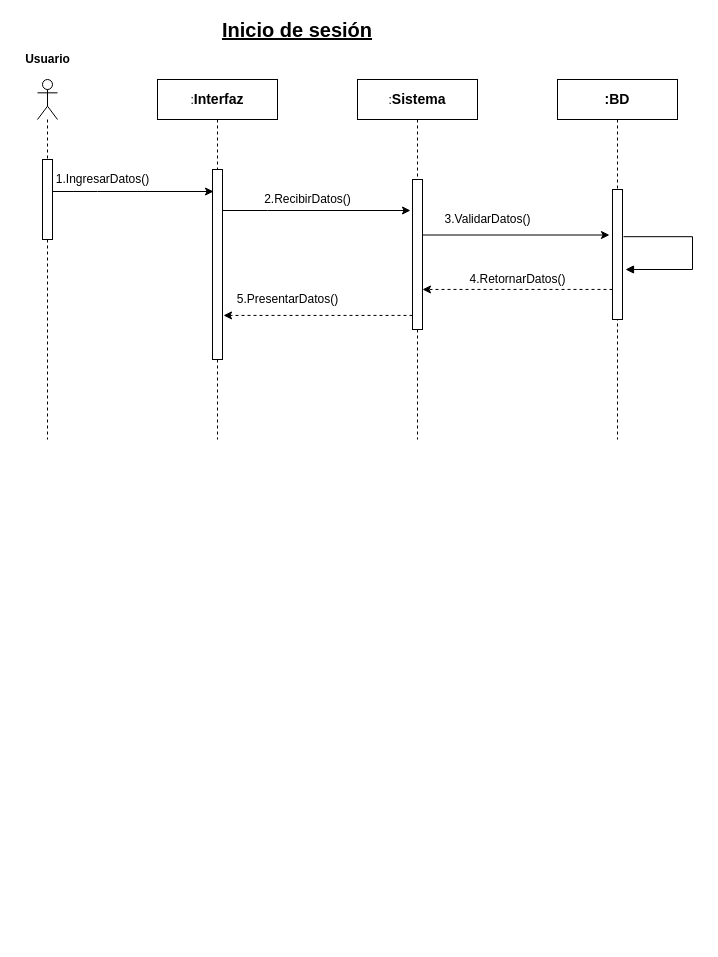
This is Unidad_2/C1.4_UML_Secuencia.drawio from GustavoValadez/An-lisis-Avanzado-Software, a draw.io file, before an edit. Source tidied: cells renumbered, new cells numbered last; positions are measured from the earlier drawing's top-left corner, leaving out a move shared by most shapes. Both pictures are drawn from the tidied source at 100%, with x=0, y=0 at pixel (17, 19).
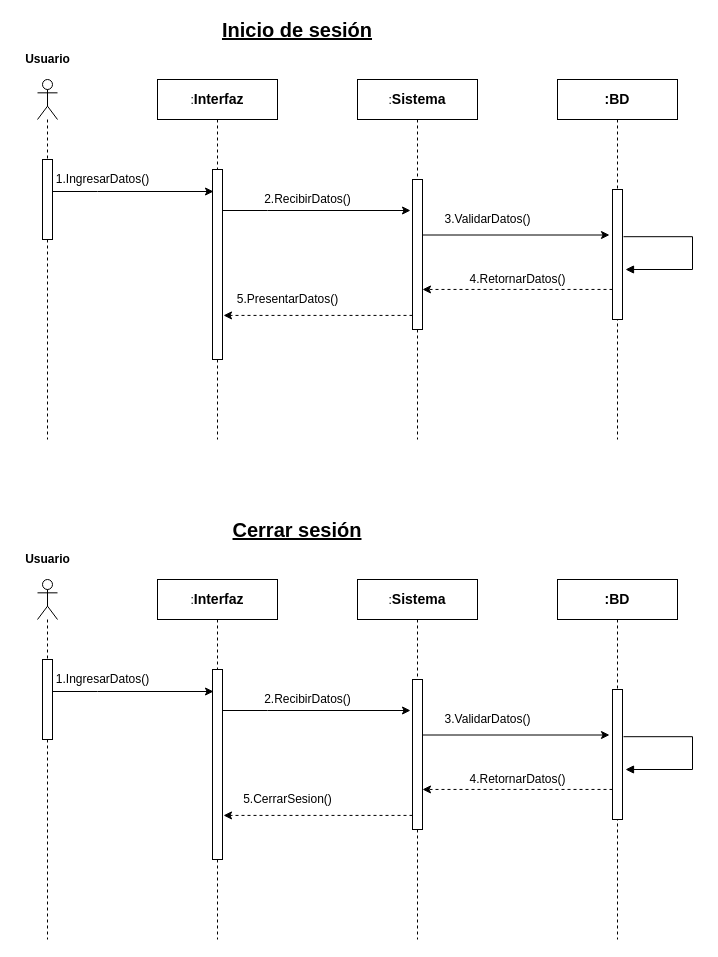
The same diagram, later.

What changed in the source:
```diff
@@
+    <mxCell id="23" value="&lt;b&gt;&lt;font style=&quot;font-size: 20px&quot;&gt;&lt;u&gt;Cerrar sesión&lt;/u&gt;&lt;/font&gt;&lt;/b&gt;" style="text;html=1;strokeColor=none;fillColor=none;align=center;verticalAlign=middle;whiteSpace=wrap;rounded=0;" parent="1" vertex="1">
+      <mxGeometry x="180" y="500" width="200" height="20" as="geometry" />
+    </mxCell>
+    <mxCell id="24" style="shape=umlLifeline;participant=umlActor;perimeter=lifelinePerimeter;whiteSpace=wrap;html=1;verticalAlign=top;spacingTop=36;" parent="1" vertex="1">
+      <mxGeometry x="20" y="560" width="20" height="360" as="geometry" />
+    </mxCell>
+    <mxCell id="25" style="html=1;points=[];perimeter=orthogonalPerimeter;" parent="24" vertex="1">
+      <mxGeometry x="5" y="80" width="10" height="80" as="geometry" />
+    </mxCell>
+    <mxCell id="26" value=":&lt;b&gt;&lt;font style=&quot;font-size: 14px&quot;&gt;Interfaz&lt;/font&gt;&lt;/b&gt;" style="shape=umlLifeline;perimeter=lifelinePerimeter;whiteSpace=wrap;html=1;" parent="1" vertex="1">
+      <mxGeometry x="140" y="560" width="120" height="360" as="geometry" />
+    </mxCell>
+    <mxCell id="27" style="html=1;points=[];perimeter=orthogonalPerimeter;" parent="26" vertex="1">
+      <mxGeometry x="55" y="90" width="10" height="190" as="geometry" />
+    </mxCell>
+    <mxCell id="28" value="&lt;b&gt;&lt;font style=&quot;font-size: 14px&quot;&gt;:BD&lt;/font&gt;&lt;/b&gt;" style="shape=umlLifeline;perimeter=lifelinePerimeter;whiteSpace=wrap;html=1;" parent="1" vertex="1">
+      <mxGeometry x="540" y="560" width="120" height="360" as="geometry" />
+    </mxCell>
+    <mxCell id="29" style="html=1;points=[];perimeter=orthogonalPerimeter;" parent="28" vertex="1">
+      <mxGeometry x="55" y="110" width="10" height="130" as="geometry" />
+    </mxCell>
+    <mxCell id="30" style="edgeStyle=orthogonalEdgeStyle;html=1;align=left;spacingLeft=2;endArrow=block;rounded=0;exitX=1.1;exitY=0.363;exitDx=0;exitDy=0;exitPerimeter=0;" parent="28" edge="1" source="29">
+      <mxGeometry relative="1" as="geometry">
+        <mxPoint x="68" y="190" as="targetPoint" />
+        <Array as="points">
+          <mxPoint x="135" y="157" />
+          <mxPoint x="135" y="190" />
+          <mxPoint x="68" y="190" />
+        </Array>
+      </mxGeometry>
+    </mxCell>
+    <mxCell id="31" value=":&lt;font style=&quot;font-size: 14px&quot;&gt;&lt;b&gt;Sistema&lt;/b&gt;&lt;/font&gt;" style="shape=umlLifeline;perimeter=lifelinePerimeter;whiteSpace=wrap;html=1;" parent="1" vertex="1">
+      <mxGeometry x="340" y="560" width="120" height="360" as="geometry" />
+    </mxCell>
+    <mxCell id="32" style="html=1;points=[];perimeter=orthogonalPerimeter;" parent="31" vertex="1">
+      <mxGeometry x="55" y="100" width="10" height="150" as="geometry" />
+    </mxCell>
+    <mxCell id="33" value="1.IngresarDatos()" style="text;html=1;align=center;verticalAlign=middle;" parent="1" vertex="1">
+      <mxGeometry x="30" y="650" width="110" height="20" as="geometry" />
+    </mxCell>
+    <mxCell id="34" style="edgeStyle=orthogonalEdgeStyle;rounded=0;jettySize=auto;html=1;" parent="1" edge="1" source="25">
+      <mxGeometry relative="1" as="geometry">
+        <mxPoint x="196" y="672" as="targetPoint" />
+        <Array as="points">
+          <mxPoint x="80" y="672" />
+          <mxPoint x="80" y="672" />
+        </Array>
+      </mxGeometry>
+    </mxCell>
+    <mxCell id="35" style="edgeStyle=orthogonalEdgeStyle;rounded=0;jettySize=auto;html=1;" parent="1" edge="1" source="27">
+      <mxGeometry relative="1" as="geometry">
+        <mxPoint x="393" y="691" as="targetPoint" />
+        <Array as="points">
+          <mxPoint x="250" y="691" />
+          <mxPoint x="250" y="691" />
+        </Array>
+      </mxGeometry>
+    </mxCell>
+    <mxCell id="36" value="2.RecibirDatos()" style="text;html=1;align=center;verticalAlign=middle;" parent="1" vertex="1">
+      <mxGeometry x="240" y="670" width="100" height="20" as="geometry" />
+    </mxCell>
+    <mxCell id="37" style="rounded=0;jettySize=auto;html=1;entryX=-0.3;entryY=0.35;entryDx=0;entryDy=0;entryPerimeter=0;" parent="1" edge="1" source="32" target="29">
+      <mxGeometry relative="1" as="geometry" />
+    </mxCell>
+    <mxCell id="38" value="3.ValidarDatos()" style="text;html=1;align=center;verticalAlign=middle;" parent="1" vertex="1">
+      <mxGeometry x="420" y="690" width="100" height="20" as="geometry" />
+    </mxCell>
+    <mxCell id="39" style="edgeStyle=none;rounded=0;jettySize=auto;html=1;entryX=1;entryY=0.733;entryDx=0;entryDy=0;entryPerimeter=0;dashed=1;" parent="1" edge="1" source="29" target="32">
+      <mxGeometry relative="1" as="geometry" />
+    </mxCell>
+    <mxCell id="40" value="4.RetornarDatos()" style="text;html=1;align=center;verticalAlign=middle;" parent="1" vertex="1">
+      <mxGeometry x="445" y="750" width="110" height="20" as="geometry" />
+    </mxCell>
+    <mxCell id="41" style="edgeStyle=none;rounded=0;jettySize=auto;html=1;entryX=1.1;entryY=0.768;entryDx=0;entryDy=0;entryPerimeter=0;dashed=1;" parent="1" edge="1" source="32" target="27">
+      <mxGeometry relative="1" as="geometry" />
+    </mxCell>
+    <mxCell id="42" value="5.CerrarSesion()" style="text;html=1;align=center;verticalAlign=middle;" parent="1" vertex="1">
+      <mxGeometry x="220" y="770" width="100" height="20" as="geometry" />
+    </mxCell>
+    <mxCell id="43" value="&lt;b&gt;Usuario&lt;/b&gt;" style="text;html=1;align=center;verticalAlign=middle;" parent="1" vertex="1">
+      <mxGeometry y="530" width="60" height="20" as="geometry" />
+    </mxCell>
```
